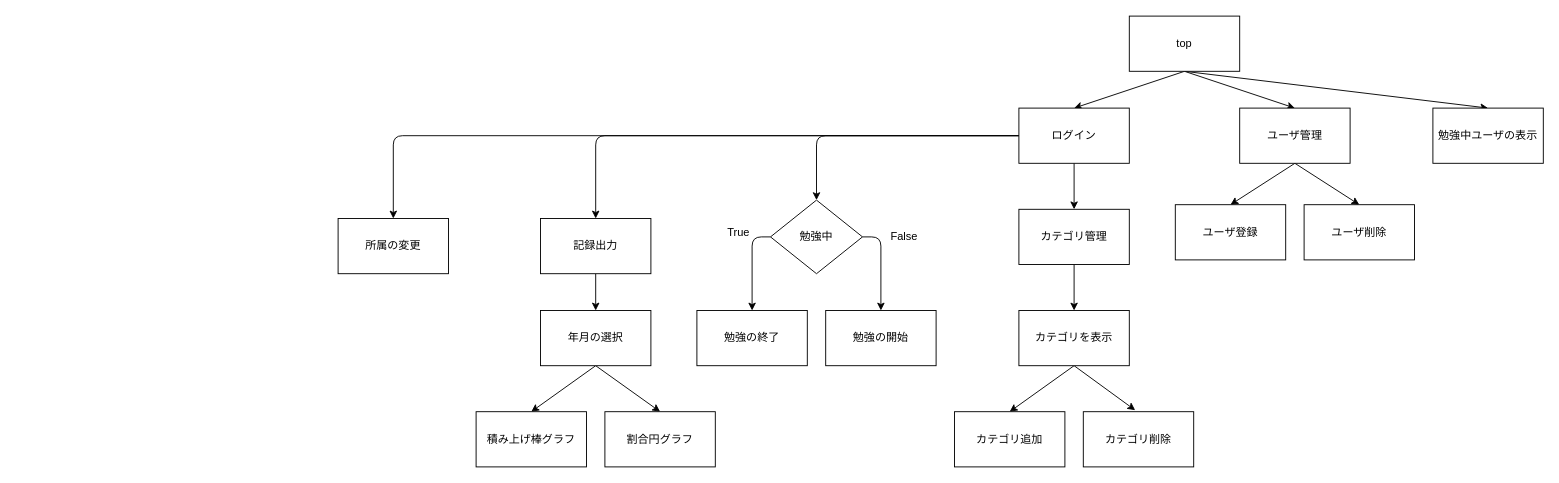
Above: design_document/use_case.dio in kuwaharu-git/study_record (draw.io), before the change. Source tidied: cells renumbered, new cells numbered last; positions are measured from the earlier drawing's top-left corner, leaving out a move shared by most shapes. Both pictures are drawn from the tidied source at 92%, with x=0, y=0 at pixel (338, 16).
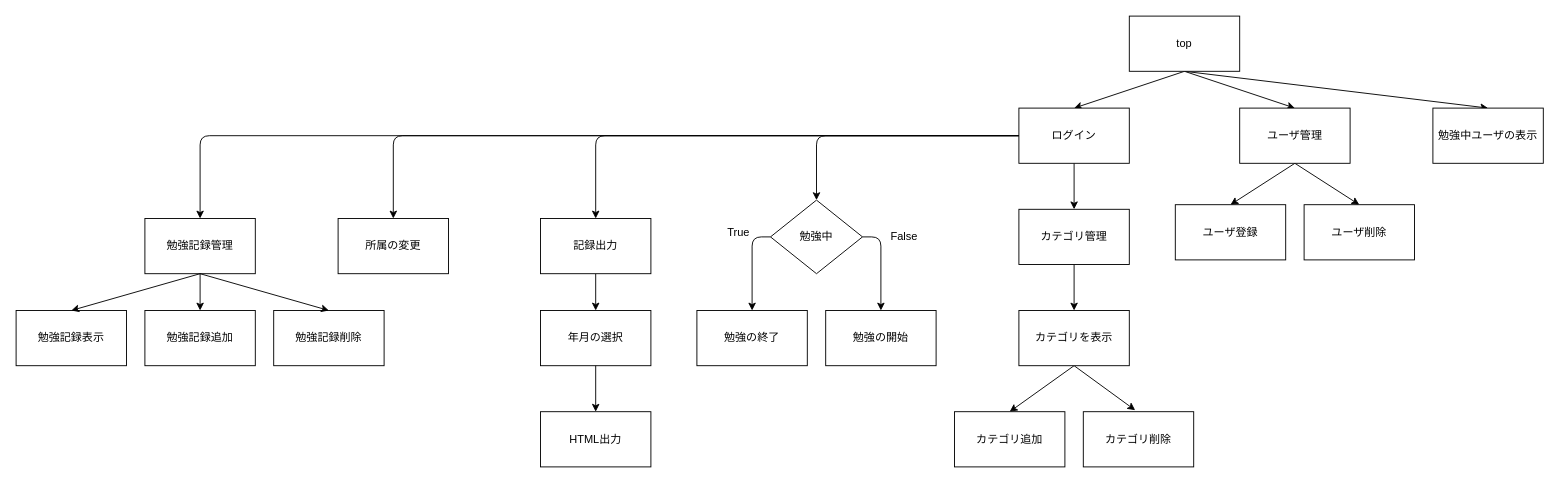
The same page after the edit.

The change refers to these unchanged cells:
```xml
<mxCell id="10" value="ログイン" style="rounded=0;whiteSpace=wrap;html=1;" parent="1" vertex="1">
  <mxGeometry x="740" y="100" width="120" height="60" as="geometry" />
</mxCell>
<mxCell id="35" value="年月の選択" style="rounded=0;whiteSpace=wrap;html=1;" parent="1" vertex="1">
  <mxGeometry x="220" y="320" width="120" height="60" as="geometry" />
</mxCell>
```

What changed in the source:
```diff
@@
-    <mxCell id="33" style="edgeStyle=none;html=1;exitX=0.5;exitY=1;exitDx=0;exitDy=0;entryX=0.5;entryY=0;entryDx=0;entryDy=0;" parent="1" edge="1" source="35" target="36">
-      <mxGeometry relative="1" as="geometry" />
-    </mxCell>
-    <mxCell id="34" style="edgeStyle=none;html=1;exitX=0.5;exitY=1;exitDx=0;exitDy=0;entryX=0.5;entryY=0;entryDx=0;entryDy=0;" parent="1" edge="1" source="35" target="37">
-      <mxGeometry relative="1" as="geometry" />
-    </mxCell>
@@
-    <mxCell id="36" value="積み上げ棒グラフ" style="rounded=0;whiteSpace=wrap;html=1;" parent="1" vertex="1">
-      <mxGeometry x="150" y="430" width="120" height="60" as="geometry" />
-    </mxCell>
-    <mxCell id="37" value="割合円グラフ" style="rounded=0;whiteSpace=wrap;html=1;" parent="1" vertex="1">
-      <mxGeometry x="290" y="430" width="120" height="60" as="geometry" />
-    </mxCell>
@@
+    <mxCell id="39" value="勉強記録管理" style="rounded=0;whiteSpace=wrap;html=1;" parent="1" vertex="1">
+      <mxGeometry x="-210" y="220" width="120" height="60" as="geometry" />
+    </mxCell>
+    <mxCell id="40" value="勉強記録追加" style="rounded=0;whiteSpace=wrap;html=1;" parent="1" vertex="1">
+      <mxGeometry x="-210" y="320" width="120" height="60" as="geometry" />
+    </mxCell>
+    <mxCell id="41" value="勉強記録削除" style="rounded=0;whiteSpace=wrap;html=1;" parent="1" vertex="1">
+      <mxGeometry x="-70" y="320" width="120" height="60" as="geometry" />
+    </mxCell>
+    <mxCell id="42" value="勉強記録表示" style="rounded=0;whiteSpace=wrap;html=1;" parent="1" vertex="1">
+      <mxGeometry x="-350" y="320" width="120" height="60" as="geometry" />
+    </mxCell>
+    <mxCell id="43" style="endArrow=classic;html=1;exitX=0.5;exitY=1;exitDx=0;exitDy=0;entryX=0.5;entryY=0;entryDx=0;entryDy=0;" parent="1" edge="1" source="39" target="40">
+      <mxGeometry relative="1" as="geometry" />
+    </mxCell>
+    <mxCell id="44" style="endArrow=classic;html=1;exitX=0.5;exitY=1;exitDx=0;exitDy=0;entryX=0.5;entryY=0;entryDx=0;entryDy=0;" parent="1" edge="1" source="39" target="41">
+      <mxGeometry relative="1" as="geometry" />
+    </mxCell>
+    <mxCell id="45" style="endArrow=classic;html=1;exitX=0.5;exitY=1;exitDx=0;exitDy=0;entryX=0.5;entryY=0;entryDx=0;entryDy=0;" parent="1" edge="1" source="39" target="42">
+      <mxGeometry relative="1" as="geometry" />
+    </mxCell>
+    <mxCell id="46" style="endArrow=classic;html=1;entryX=0.5;entryY=0;entryDx=0;entryDy=0;exitX=0;exitY=0.5;exitDx=0;exitDy=0;" parent="1" edge="1" source="10" target="39">
+      <mxGeometry relative="1" as="geometry">
+        <Array as="points">
+          <mxPoint x="-150" y="130" />
+        </Array>
+      </mxGeometry>
+    </mxCell>
+    <mxCell id="47" value="HTML出力" style="rounded=0;whiteSpace=wrap;html=1;" parent="1" vertex="1">
+      <mxGeometry x="220" y="430" width="120" height="60" as="geometry" />
+    </mxCell>
+    <mxCell id="48" style="endArrow=classic;html=1;exitX=0.5;exitY=1;exitDx=0;exitDy=0;entryX=0.5;entryY=0;entryDx=0;entryDy=0;" parent="1" edge="1" source="35" target="47">
+      <mxGeometry relative="1" as="geometry" />
+    </mxCell>
```
